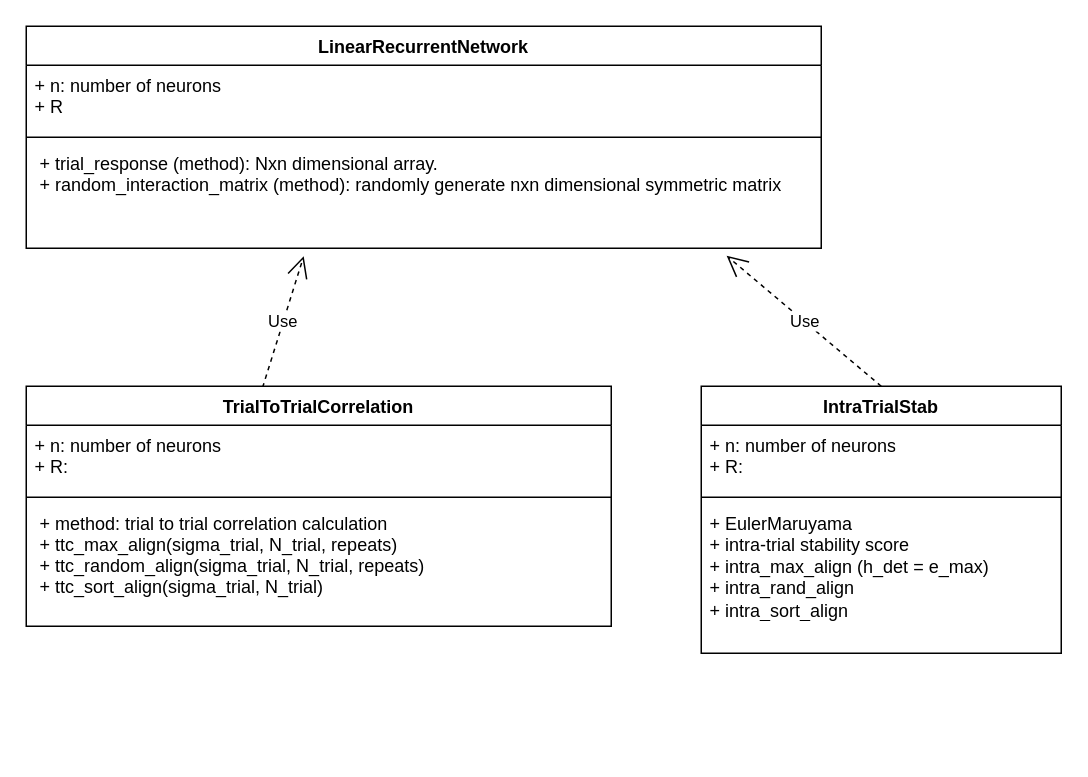
rzhou-space/MA_Networks keeps this draw.io diagram as 1D_RNN.drawio. Above is the earlier version. Source tidied: cells renumbered, new cells numbered last; positions are measured from the earlier drawing's top-left corner, leaving out a move shared by most shapes. Both pictures are drawn from the tidied source at 150%, with x=0, y=0 at pixel (26, 26).
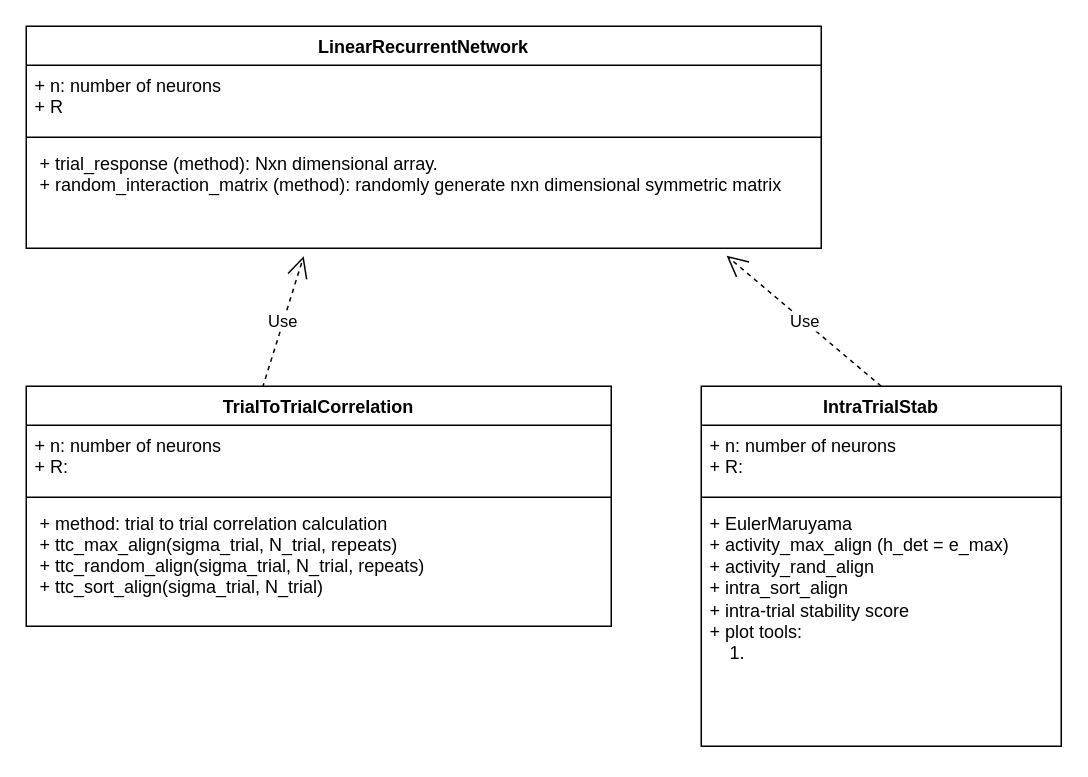
The same page after the edit.

Change to the diagram source:
```diff
@@
 <mxGraphModel>
   <root>
     <mxCell id="0" />
     <mxCell id="1" parent="0" />
     <mxCell id="2" value="LinearRecurrentNetwork" style="swimlane;fontStyle=1;align=center;verticalAlign=top;horizontal=1;startSize=26;" parent="1" vertex="1">
       <mxGeometry width="530" height="148" as="geometry" />
     </mxCell>
     <mxCell id="3" value="+ n: number of neurons&#10;+ R" style="text;strokeColor=none;fillColor=none;align=left;verticalAlign=top;spacingLeft=4;spacingRight=4;overflow=hidden;" parent="2" vertex="1">
       <mxGeometry y="26" width="530" height="44" as="geometry" />
     </mxCell>
     <mxCell id="4" style="line;strokeWidth=1;fillColor=none;align=left;verticalAlign=middle;spacingTop=-1;spacingLeft=3;spacingRight=3;labelPosition=right;" parent="2" vertex="1">
       <mxGeometry y="70" width="530" height="8" as="geometry" />
     </mxCell>
     <mxCell id="5" value=" + trial_response (method): Nxn dimensional array.&#10; + random_interaction_matrix (method): randomly generate nxn dimensional symmetric matrix &#10; " style="text;strokeColor=none;fillColor=none;align=left;verticalAlign=top;spacingLeft=4;spacingRight=4;overflow=hidden;points=[[0,0.5],[1,0.5]];portConstraint=eastwest;" parent="2" vertex="1">
       <mxGeometry y="78" width="530" height="70" as="geometry" />
     </mxCell>
     <mxCell id="6" value="Use" style="endArrow=open;endSize=12;dashed=1;html=1;rounded=0;entryX=0.349;entryY=1.076;entryDx=0;entryDy=0;entryPerimeter=0;exitX=0.404;exitY=0.005;exitDx=0;exitDy=0;exitPerimeter=0;" parent="1" edge="1" source="7" target="5">
       <mxGeometry relative="1" as="geometry" />
     </mxCell>
     <mxCell id="7" value="TrialToTrialCorrelation" style="swimlane;fontStyle=1;align=center;verticalAlign=top;horizontal=1;startSize=26;" parent="1" vertex="1">
       <mxGeometry y="240" width="390" height="160" as="geometry" />
     </mxCell>
     <mxCell id="8" value="+ n: number of neurons&#10;+ R: " style="text;strokeColor=none;fillColor=none;align=left;verticalAlign=top;spacingLeft=4;spacingRight=4;overflow=hidden;" parent="7" vertex="1">
       <mxGeometry y="26" width="390" height="44" as="geometry" />
     </mxCell>
     <mxCell id="9" style="line;strokeWidth=1;fillColor=none;align=left;verticalAlign=middle;spacingTop=-1;spacingLeft=3;spacingRight=3;labelPosition=right;" parent="7" vertex="1">
       <mxGeometry y="70" width="390" height="8" as="geometry" />
     </mxCell>
     <mxCell id="10" value=" + method: trial to trial correlation calculation&#10; + ttc_max_align(sigma_trial, N_trial, repeats)&#10; + ttc_random_align(sigma_trial, N_trial, repeats)&#10; + ttc_sort_align(sigma_trial, N_trial)" style="text;strokeColor=none;fillColor=none;align=left;verticalAlign=top;spacingLeft=4;spacingRight=4;overflow=hidden;" parent="7" vertex="1">
       <mxGeometry y="78" width="390" height="82" as="geometry" />
     </mxCell>
     <mxCell id="11" value="IntraTrialStab" style="swimlane;fontStyle=1;align=center;verticalAlign=top;horizontal=1;startSize=26;whiteSpace=wrap;html=1;" parent="1" vertex="1">
-      <mxGeometry x="450" y="240" width="240" height="178" as="geometry" />
+      <mxGeometry x="450" y="240" width="240" height="240" as="geometry" />
     </mxCell>
     <mxCell id="12" value="+ n: number of neurons&lt;br&gt;+ R:&amp;nbsp;" style="text;strokeColor=none;fillColor=none;align=left;verticalAlign=top;spacingLeft=4;spacingRight=4;overflow=hidden;whiteSpace=wrap;html=1;" parent="11" vertex="1">
       <mxGeometry y="26" width="240" height="44" as="geometry" />
     </mxCell>
     <mxCell id="13" style="line;strokeWidth=1;fillColor=none;align=left;verticalAlign=middle;spacingTop=-1;spacingLeft=3;spacingRight=3;labelPosition=right;strokeColor=inherit;" parent="11" vertex="1">
       <mxGeometry y="70" width="240" height="8" as="geometry" />
     </mxCell>
-    <mxCell id="14" value="+ EulerMaruyama&lt;br&gt;+ intra-trial stability score&lt;br&gt;+ intra_max_align (h_det = e_max)&lt;br&gt;+ intra_rand_align&lt;br&gt;+ intra_sort_align&amp;nbsp;" style="text;strokeColor=none;fillColor=none;align=left;verticalAlign=top;spacingLeft=4;spacingRight=4;overflow=hidden;whiteSpace=wrap;html=1;" parent="11" vertex="1">
-      <mxGeometry y="78" width="240" height="100" as="geometry" />
+    <mxCell id="14" value="+ EulerMaruyama&lt;br&gt;+ activity_max_align (h_det = e_max)&lt;br&gt;+ activity_rand_align&lt;br&gt;+ intra_sort_align&lt;br&gt;+ intra-trial stability score&lt;br&gt;+ plot tools:&lt;br&gt;&lt;span style=&quot;&quot;&gt;&lt;span style=&quot;white-space: pre;&quot;&gt;&amp;nbsp;&amp;nbsp;&amp;nbsp;&amp;nbsp;&lt;/span&gt;&lt;/span&gt;1.&amp;nbsp;" style="text;strokeColor=none;fillColor=none;align=left;verticalAlign=top;spacingLeft=4;spacingRight=4;overflow=hidden;whiteSpace=wrap;html=1;" parent="11" vertex="1">
+      <mxGeometry y="78" width="240" height="162" as="geometry" />
     </mxCell>
     <mxCell id="15" value="Use" style="endArrow=open;endSize=12;dashed=1;html=1;rounded=0;entryX=0.881;entryY=1.072;entryDx=0;entryDy=0;entryPerimeter=0;exitX=0.5;exitY=0;exitDx=0;exitDy=0;" parent="1" edge="1" source="11" target="5">
       <mxGeometry relative="1" as="geometry" />
     </mxCell>
   </root>
 </mxGraphModel>
```
